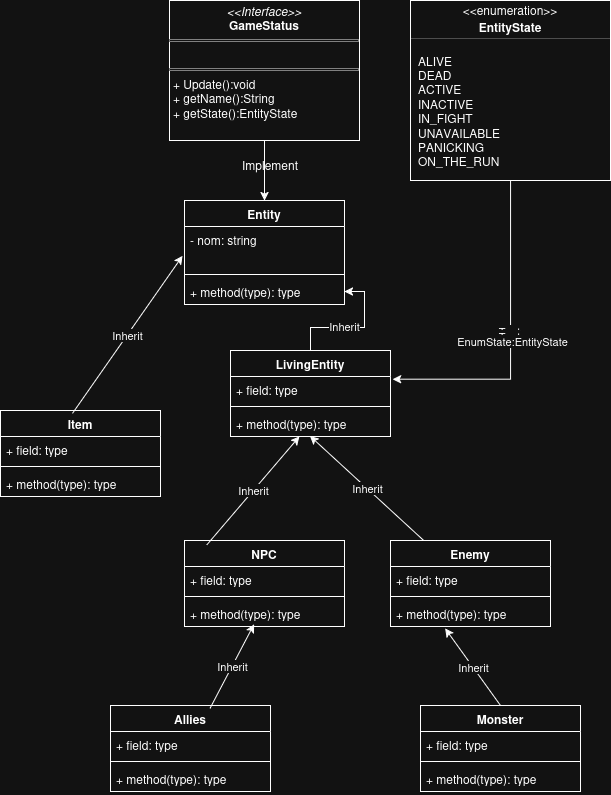
Earlier version of the draw.io export UML game .drawio.png (llibanm/Game_V0). Source tidied: cells renumbered, new cells last; positions are measured from the earlier drawing's top-left corner, leaving out a move shared by most shapes.
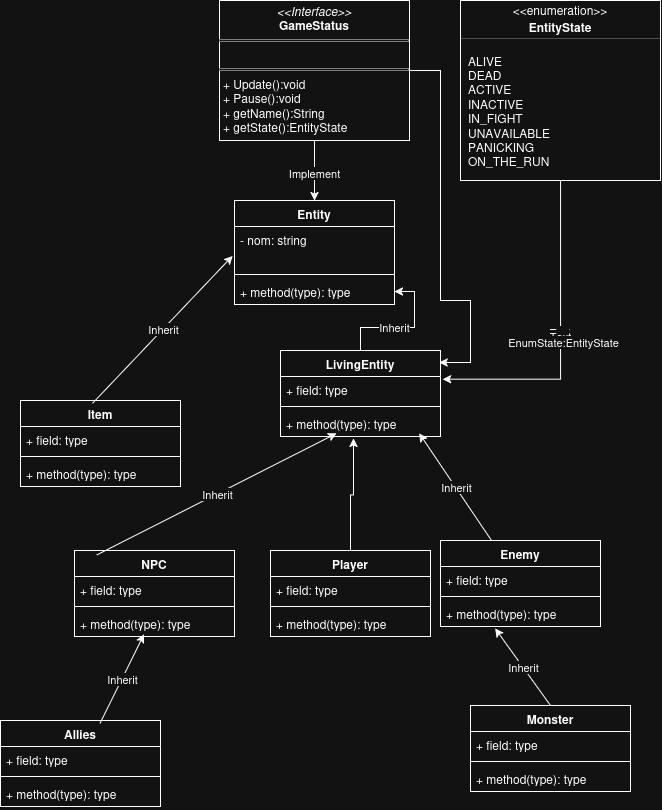
The same file after the commit.

Commit message:
added class player

Change to the diagram source:
```diff
@@ -15,7 +15,7 @@
       <mxGeometry y="78" width="160" height="26" as="geometry" />
     </mxCell>
     <mxCell id="6" value="Item" style="swimlane;fontStyle=1;align=center;verticalAlign=top;horizontal=1;startSize=26;whiteSpace=wrap;html=1;" parent="1" vertex="1">
-      <mxGeometry y="410" width="160" height="86" as="geometry" />
+      <mxGeometry x="-30" y="400" width="160" height="86" as="geometry" />
     </mxCell>
     <mxCell id="7" value="+ field: type" style="text;strokeColor=none;fillColor=none;align=left;verticalAlign=top;spacingLeft=4;spacingRight=4;overflow=hidden;whiteSpace=wrap;html=1;" parent="6" vertex="1">
       <mxGeometry y="26" width="160" height="26" as="geometry" />
@@ -27,7 +27,7 @@
       <mxGeometry y="60" width="160" height="26" as="geometry" />
     </mxCell>
     <mxCell id="10" value="NPC" style="swimlane;fontStyle=1;align=center;verticalAlign=top;horizontal=1;startSize=26;whiteSpace=wrap;html=1;" parent="1" vertex="1">
-      <mxGeometry x="184" y="540" width="160" height="86" as="geometry" />
+      <mxGeometry x="24" y="550" width="160" height="86" as="geometry" />
     </mxCell>
     <mxCell id="11" value="+ field: type" style="text;strokeColor=none;fillColor=none;align=left;verticalAlign=top;spacingLeft=4;spacingRight=4;overflow=hidden;whiteSpace=wrap;html=1;" parent="10" vertex="1">
       <mxGeometry y="26" width="160" height="26" as="geometry" />
@@ -44,7 +44,7 @@
     <mxCell id="15" value="Inherit" style="edgeLabel;html=1;align=center;verticalAlign=middle;" parent="14" vertex="1">
       <mxGeometry relative="1" as="geometry" />
     </mxCell>
-    <mxCell id="16" style="endArrow=classic;html=1;rounded=0;exitX=0.139;exitY=0.052;exitDx=0;exitDy=0;exitPerimeter=0;" parent="1" edge="1" source="10" target="53">
+    <mxCell id="16" style="endArrow=classic;html=1;rounded=0;exitX=0.139;exitY=0.052;exitDx=0;exitDy=0;exitPerimeter=0;entryX=0.351;entryY=0.878;entryDx=0;entryDy=0;entryPerimeter=0;" parent="1" edge="1" source="10" target="53">
       <mxGeometry relative="1" as="geometry" />
     </mxCell>
     <mxCell id="17" value="Inherit" style="edgeLabel;html=1;align=center;verticalAlign=middle;" parent="16" vertex="1">
@@ -62,7 +62,7 @@
     <mxCell id="21" value="+ method(type): type" style="text;strokeColor=none;fillColor=none;align=left;verticalAlign=top;spacingLeft=4;spacingRight=4;overflow=hidden;points=[[0,0.5],[1,0.5]];portConstraint=eastwest;whiteSpace=wrap;html=1;" parent="18" vertex="1">
       <mxGeometry y="60" width="160" height="26" as="geometry" />
     </mxCell>
-    <mxCell id="22" style="endArrow=classic;html=1;rounded=0;entryX=0.497;entryY=0.981;entryDx=0;entryDy=0;entryPerimeter=0;" parent="1" edge="1" source="18" target="53">
+    <mxCell id="22" style="endArrow=classic;html=1;rounded=0;entryX=0.867;entryY=0.878;entryDx=0;entryDy=0;entryPerimeter=0;" parent="1" edge="1" source="18" target="53">
       <mxGeometry relative="1" as="geometry" />
     </mxCell>
     <mxCell id="23" value="Inherit" style="edgeLabel;html=1;align=center;verticalAlign=middle;" parent="22" vertex="1">
@@ -87,7 +87,7 @@
       <mxGeometry relative="1" as="geometry" />
     </mxCell>
     <mxCell id="30" value="Allies" style="swimlane;fontStyle=1;align=center;verticalAlign=top;horizontal=1;startSize=26;whiteSpace=wrap;html=1;" parent="1" vertex="1">
-      <mxGeometry x="110" y="705" width="160" height="86" as="geometry" />
+      <mxGeometry x="-50" y="720" width="160" height="86" as="geometry" />
     </mxCell>
     <mxCell id="31" value="+ field: type" style="text;strokeColor=none;fillColor=none;align=left;verticalAlign=top;spacingLeft=4;spacingRight=4;overflow=hidden;whiteSpace=wrap;html=1;" parent="30" vertex="1">
       <mxGeometry y="26" width="160" height="26" as="geometry" />
@@ -104,10 +104,23 @@
     <mxCell id="35" value="Inherit" style="edgeLabel;html=1;align=center;verticalAlign=middle;" parent="34" vertex="1">
       <mxGeometry relative="1" as="geometry" />
     </mxCell>
-    <mxCell id="36" style="edgeStyle=orthogonalEdgeStyle;rounded=0;jettySize=auto;html=1;entryX=0.5;entryY=0;entryDx=0;entryDy=0;" parent="1" edge="1" source="37" target="2">
-      <mxGeometry relative="1" as="geometry" />
+    <mxCell id="36" style="edgeStyle=orthogonalEdgeStyle;rounded=0;jettySize=auto;html=1;entryX=0.992;entryY=0.14;entryDx=0;entryDy=0;entryPerimeter=0;" parent="1" edge="1" source="37" target="50">
+      <mxGeometry relative="1" as="geometry">
+        <Array as="points">
+          <mxPoint x="390" y="70" />
+          <mxPoint x="390" y="300" />
+          <mxPoint x="420" y="300" />
+          <mxPoint x="420" y="362" />
+        </Array>
+      </mxGeometry>
     </mxCell>
+    <mxCell id="54" style="edgeStyle=orthogonalEdgeStyle;rounded=0;jettySize=auto;html=1;entryX=0.5;entryY=0;entryDx=0;entryDy=0;" parent="1" edge="1" source="37" target="2">
+      <mxGeometry relative="1" as="geometry" />
+    </mxCell>
+    <mxCell id="43" value="Implement" style="edgeLabel;html=1;align=center;verticalAlign=middle;" parent="54" vertex="1">
+      <mxGeometry x="0.07" y="-1" relative="1" as="geometry" />
+    </mxCell>
-    <mxCell id="37" value="&lt;p style=&quot;margin:0px;margin-top:4px;text-align:center;&quot;&gt;&lt;i&gt;&amp;lt;&amp;lt;Interface&amp;gt;&amp;gt;&lt;/i&gt;&lt;b&gt;&lt;br&gt;GameStatus&lt;/b&gt;&lt;/p&gt;&lt;hr size=&quot;1&quot; style=&quot;border-style:solid;&quot;&gt;&lt;p style=&quot;margin:0px;margin-left:4px;&quot;&gt;&lt;br&gt;&lt;/p&gt;&lt;hr size=&quot;1&quot; style=&quot;border-style:solid;&quot;&gt;&lt;p style=&quot;margin:0px;margin-left:4px;&quot;&gt;+ Update():void&lt;/p&gt;&lt;p style=&quot;margin:0px;margin-left:4px;&quot;&gt;+ getName():String&lt;/p&gt;&lt;p style=&quot;margin:0px;margin-left:4px;&quot;&gt;+ getState():EntityState&lt;/p&gt;" style="verticalAlign=top;align=left;overflow=fill;html=1;whiteSpace=wrap;" parent="1" vertex="1">
+    <mxCell id="37" value="&lt;p style=&quot;margin:0px;margin-top:4px;text-align:center;&quot;&gt;&lt;i&gt;&amp;lt;&amp;lt;Interface&amp;gt;&amp;gt;&lt;/i&gt;&lt;b&gt;&lt;br&gt;GameStatus&lt;/b&gt;&lt;/p&gt;&lt;hr size=&quot;1&quot; style=&quot;border-style:solid;&quot;&gt;&lt;p style=&quot;margin:0px;margin-left:4px;&quot;&gt;&lt;br&gt;&lt;/p&gt;&lt;hr size=&quot;1&quot; style=&quot;border-style:solid;&quot;&gt;&lt;p style=&quot;margin:0px;margin-left:4px;&quot;&gt;+ Update():void&lt;/p&gt;&lt;p style=&quot;margin:0px;margin-left:4px;&quot;&gt;+ Pause():void&lt;/p&gt;&lt;p style=&quot;margin:0px;margin-left:4px;&quot;&gt;+ getName():String&lt;/p&gt;&lt;p style=&quot;margin:0px;margin-left:4px;&quot;&gt;+ getState():EntityState&lt;/p&gt;" style="verticalAlign=top;align=left;overflow=fill;html=1;whiteSpace=wrap;" parent="1" vertex="1">
       <mxGeometry x="169" width="190" height="140" as="geometry" />
     </mxCell>
     <mxCell id="38" style="fontStyle=1;align=center;verticalAlign=middle;horizontal=1;" parent="1" vertex="1">
@@ -125,9 +138,6 @@
     <mxCell id="42" value="&lt;div&gt;ALIVE&lt;/div&gt;&lt;div&gt;DEAD&lt;br&gt;ACTIVE&lt;/div&gt;&lt;div&gt;INACTIVE&lt;/div&gt;&lt;div&gt;IN_FIGHT&lt;/div&gt;&lt;div&gt;UNAVAILABLE&lt;/div&gt;&lt;div&gt;PANICKING&lt;/div&gt;&lt;div&gt;ON_THE_RUN&lt;/div&gt;" style="html=1;align=left;spacing=0;spacingLeft=8;verticalAlign=middle;strokeColor=none;fillColor=none;whiteSpace=wrap;" parent="38" vertex="1">
       <mxGeometry y="42" width="200" height="138" as="geometry" />
     </mxCell>
-    <mxCell id="43" value="Implement" style="text;html=1;whiteSpace=wrap;strokeColor=none;fillColor=none;align=center;verticalAlign=middle;rounded=0;" parent="1" vertex="1">
-      <mxGeometry x="240" y="150" width="60" height="30" as="geometry" />
-    </mxCell>
     <mxCell id="44" style="edgeStyle=orthogonalEdgeStyle;rounded=0;jettySize=auto;html=1;entryX=1.013;entryY=0.103;entryDx=0;entryDy=0;entryPerimeter=0;" parent="1" edge="1" source="42" target="51">
       <mxGeometry relative="1" as="geometry" />
     </mxCell>
@@ -158,5 +168,22 @@
     <mxCell id="53" value="+ method(type): type" style="text;strokeColor=none;fillColor=none;align=left;verticalAlign=top;spacingLeft=4;spacingRight=4;overflow=hidden;points=[[0,0.5],[1,0.5]];portConstraint=eastwest;whiteSpace=wrap;html=1;" parent="50" vertex="1">
       <mxGeometry y="60" width="160" height="26" as="geometry" />
     </mxCell>
+    <mxCell id="55" style="edgeStyle=orthogonalEdgeStyle;rounded=0;jettySize=auto;html=1;" parent="1" edge="1" source="56">
+      <mxGeometry relative="1" as="geometry">
+        <mxPoint x="303" y="438" as="targetPoint" />
+      </mxGeometry>
+    </mxCell>
+    <mxCell id="56" value="Player" style="swimlane;fontStyle=1;align=center;verticalAlign=top;horizontal=1;startSize=26;whiteSpace=wrap;html=1;" parent="1" vertex="1">
+      <mxGeometry x="220" y="550" width="160" height="86" as="geometry" />
+    </mxCell>
+    <mxCell id="57" value="+ field: type" style="text;strokeColor=none;fillColor=none;align=left;verticalAlign=top;spacingLeft=4;spacingRight=4;overflow=hidden;whiteSpace=wrap;html=1;" parent="56" vertex="1">
+      <mxGeometry y="26" width="160" height="26" as="geometry" />
+    </mxCell>
+    <mxCell id="58" style="line;strokeWidth=1;fillColor=none;align=left;verticalAlign=middle;spacingTop=-1;spacingLeft=3;spacingRight=3;labelPosition=right;strokeColor=inherit;" parent="56" vertex="1">
+      <mxGeometry y="52" width="160" height="8" as="geometry" />
+    </mxCell>
+    <mxCell id="59" value="+ method(type): type" style="text;strokeColor=none;fillColor=none;align=left;verticalAlign=top;spacingLeft=4;spacingRight=4;overflow=hidden;whiteSpace=wrap;html=1;" parent="56" vertex="1">
+      <mxGeometry y="60" width="160" height="26" as="geometry" />
+    </mxCell>
   </root>
 </mxGraphModel>
```
